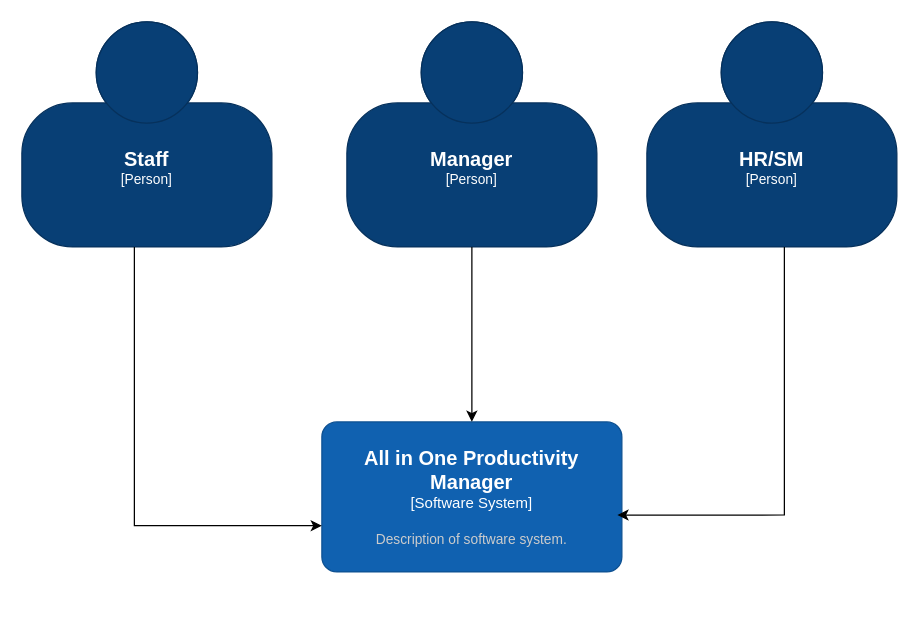
Earlier version of the draw.io diagram page "C1" (1 of 4) of C4.drawio (casecasee/SPM-G8T5). Source tidied: cells renumbered, new cells numbered last; positions are measured from the earlier drawing's top-left corner, leaving out a move shared by most shapes. Both pictures are drawn from the tidied source at 125%, with x=0, y=0 at pixel (21, 21).
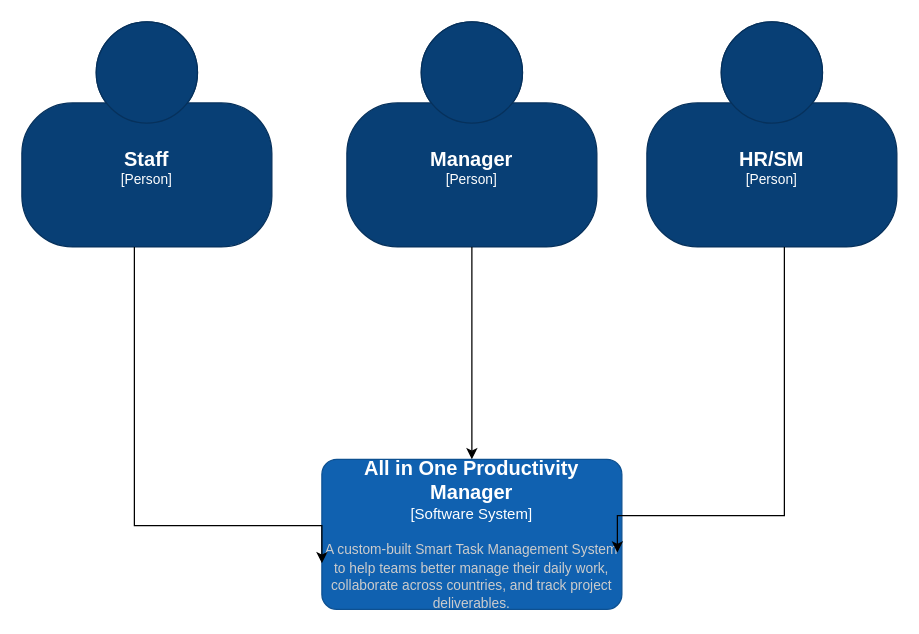
After the change.

Diff of the diagram source:
```diff
@@
 <mxGraphModel>
   <root>
     <mxCell id="0" />
     <mxCell id="1" parent="0" />
     <object id="2" label="&lt;font style=&quot;font-size: 16px&quot;&gt;&lt;b&gt;%c4Name%&lt;/b&gt;&lt;/font&gt;&lt;div&gt;[%c4Type%]&lt;/div&gt;&lt;br&gt;&lt;div&gt;&lt;font style=&quot;font-size: 11px&quot;&gt;&lt;font color=&quot;#cccccc&quot;&gt;%c4Description%&lt;/font&gt;&lt;/div&gt;" c4Description="" c4Name="Staff" c4Type="Person" placeholders="1">
       <mxCell style="html=1;fontSize=11;dashed=0;whiteSpace=wrap;fillColor=#083F75;strokeColor=#06315C;fontColor=#ffffff;shape=mxgraph.c4.person2;align=center;points=[[0.5,0,0],[1,0.5,0],[1,0.75,0],[0.75,1,0],[0.5,1,0],[0.25,1,0],[0,0.75,0],[0,0.5,0]];" parent="1" vertex="1">
         <mxGeometry width="200" height="180" as="geometry" />
       </mxCell>
     </object>
     <object id="3" label="&lt;font style=&quot;font-size: 16px&quot;&gt;&lt;b&gt;%c4Name%&lt;/b&gt;&lt;/font&gt;&lt;div&gt;[%c4Type%]&lt;/div&gt;&lt;br&gt;&lt;div&gt;&lt;font style=&quot;font-size: 11px&quot;&gt;&lt;font color=&quot;#cccccc&quot;&gt;%c4Description%&lt;/font&gt;&lt;/div&gt;" c4Description="" c4Name="Manager" c4Type="Person" placeholders="1">
       <mxCell style="html=1;fontSize=11;dashed=0;whiteSpace=wrap;fillColor=#083F75;strokeColor=#06315C;fontColor=#ffffff;shape=mxgraph.c4.person2;align=center;points=[[0.5,0,0],[1,0.5,0],[1,0.75,0],[0.75,1,0],[0.5,1,0],[0.25,1,0],[0,0.75,0],[0,0.5,0]];" parent="1" vertex="1">
         <mxGeometry x="260" width="200" height="180" as="geometry" />
       </mxCell>
     </object>
     <object id="4" label="&lt;font style=&quot;font-size: 16px&quot;&gt;&lt;b&gt;%c4Name%&lt;/b&gt;&lt;/font&gt;&lt;div&gt;[%c4Type%]&lt;/div&gt;&lt;br&gt;&lt;div&gt;&lt;font style=&quot;font-size: 11px&quot;&gt;&lt;font color=&quot;#cccccc&quot;&gt;%c4Description%&lt;/font&gt;&lt;/div&gt;" c4Description="" c4Name="HR/SM" c4Type="Person" placeholders="1">
       <mxCell style="html=1;fontSize=11;dashed=0;whiteSpace=wrap;fillColor=#083F75;strokeColor=#06315C;fontColor=#ffffff;shape=mxgraph.c4.person2;align=center;points=[[0.5,0,0],[1,0.5,0],[1,0.75,0],[0.75,1,0],[0.5,1,0],[0.25,1,0],[0,0.75,0],[0,0.5,0]];" parent="1" vertex="1">
         <mxGeometry x="500" width="200" height="180" as="geometry" />
       </mxCell>
     </object>
-    <object id="5" label="&lt;font style=&quot;font-size: 16px&quot;&gt;&lt;b&gt;%c4Name%&lt;/b&gt;&lt;/font&gt;&lt;div&gt;[%c4Type%]&lt;/div&gt;&lt;br&gt;&lt;div&gt;&lt;font style=&quot;font-size: 11px&quot;&gt;&lt;font color=&quot;#cccccc&quot;&gt;%c4Description%&lt;/font&gt;&lt;/div&gt;" c4Description="Description of software system." c4Name="All in One Productivity Manager" c4Type="Software System" placeholders="1">
-      <mxCell style="rounded=1;whiteSpace=wrap;html=1;labelBackgroundColor=none;fillColor=#1061B0;fontColor=#ffffff;align=center;arcSize=10;strokeColor=#0D5091;points=[[0.25,0,0],[0.5,0,0],[0.75,0,0],[1,0.25,0],[1,0.5,0],[1,0.75,0],[0.75,1,0],[0.5,1,0],[0.25,1,0],[0,0.75,0],[0,0.5,0],[0,0.25,0]];" parent="1" vertex="1">
-        <mxGeometry x="240" y="320" width="240" height="120" as="geometry" />
+    <object id="5" label="&lt;font style=&quot;font-size: 16px&quot;&gt;&lt;b&gt;%c4Name%&lt;/b&gt;&lt;/font&gt;&lt;div&gt;[%c4Type%]&lt;/div&gt;&lt;br&gt;&lt;div&gt;&lt;font style=&quot;font-size: 11px&quot;&gt;&lt;font color=&quot;#cccccc&quot;&gt;%c4Description%&lt;/font&gt;&lt;/div&gt;" c4Description="A custom-built Smart Task Management System to help teams better manage their daily work, collaborate across countries, and track project deliverables." c4Name="All in One Productivity Manager" c4Type="Software System" placeholders="1">
+      <mxCell style="rounded=1;whiteSpace=wrap;html=1;labelBackgroundColor=none;fillColor=#1061B0;fontColor=#ffffff;align=center;arcSize=10;strokeColor=#0D5091;points=[[0.25,0,0],[0.5,0,0],[0.75,0,0],[1,0.25,0],[1,0.5,0],[1,0.75,0],[0.75,1,0],[0.5,1,0],[0.25,1,0],[0,0.75,0],[0,0.5,0],[0,0.25,0]];imageWidth=30;imageHeight=30;" parent="1" vertex="1">
+        <mxGeometry x="240" y="350" width="240" height="120" as="geometry" />
       </mxCell>
     </object>
     <mxCell id="6" style="edgeStyle=orthogonalEdgeStyle;rounded=0;jettySize=auto;html=1;entryX=0;entryY=0.692;entryDx=0;entryDy=0;entryPerimeter=0;" parent="1" edge="1" source="2" target="5">
       <mxGeometry relative="1" as="geometry">
         <Array as="points">
           <mxPoint x="90" y="403" />
         </Array>
       </mxGeometry>
     </mxCell>
     <mxCell id="7" style="edgeStyle=orthogonalEdgeStyle;rounded=0;jettySize=auto;html=1;" parent="1" edge="1" source="3" target="5">
       <mxGeometry relative="1" as="geometry" />
     </mxCell>
     <mxCell id="8" style="edgeStyle=orthogonalEdgeStyle;rounded=0;jettySize=auto;html=1;entryX=0.985;entryY=0.621;entryDx=0;entryDy=0;entryPerimeter=0;" parent="1" edge="1" source="4" target="5">
       <mxGeometry relative="1" as="geometry">
         <Array as="points">
           <mxPoint x="610" y="395" />
         </Array>
       </mxGeometry>
     </mxCell>
   </root>
 </mxGraphModel>
```
